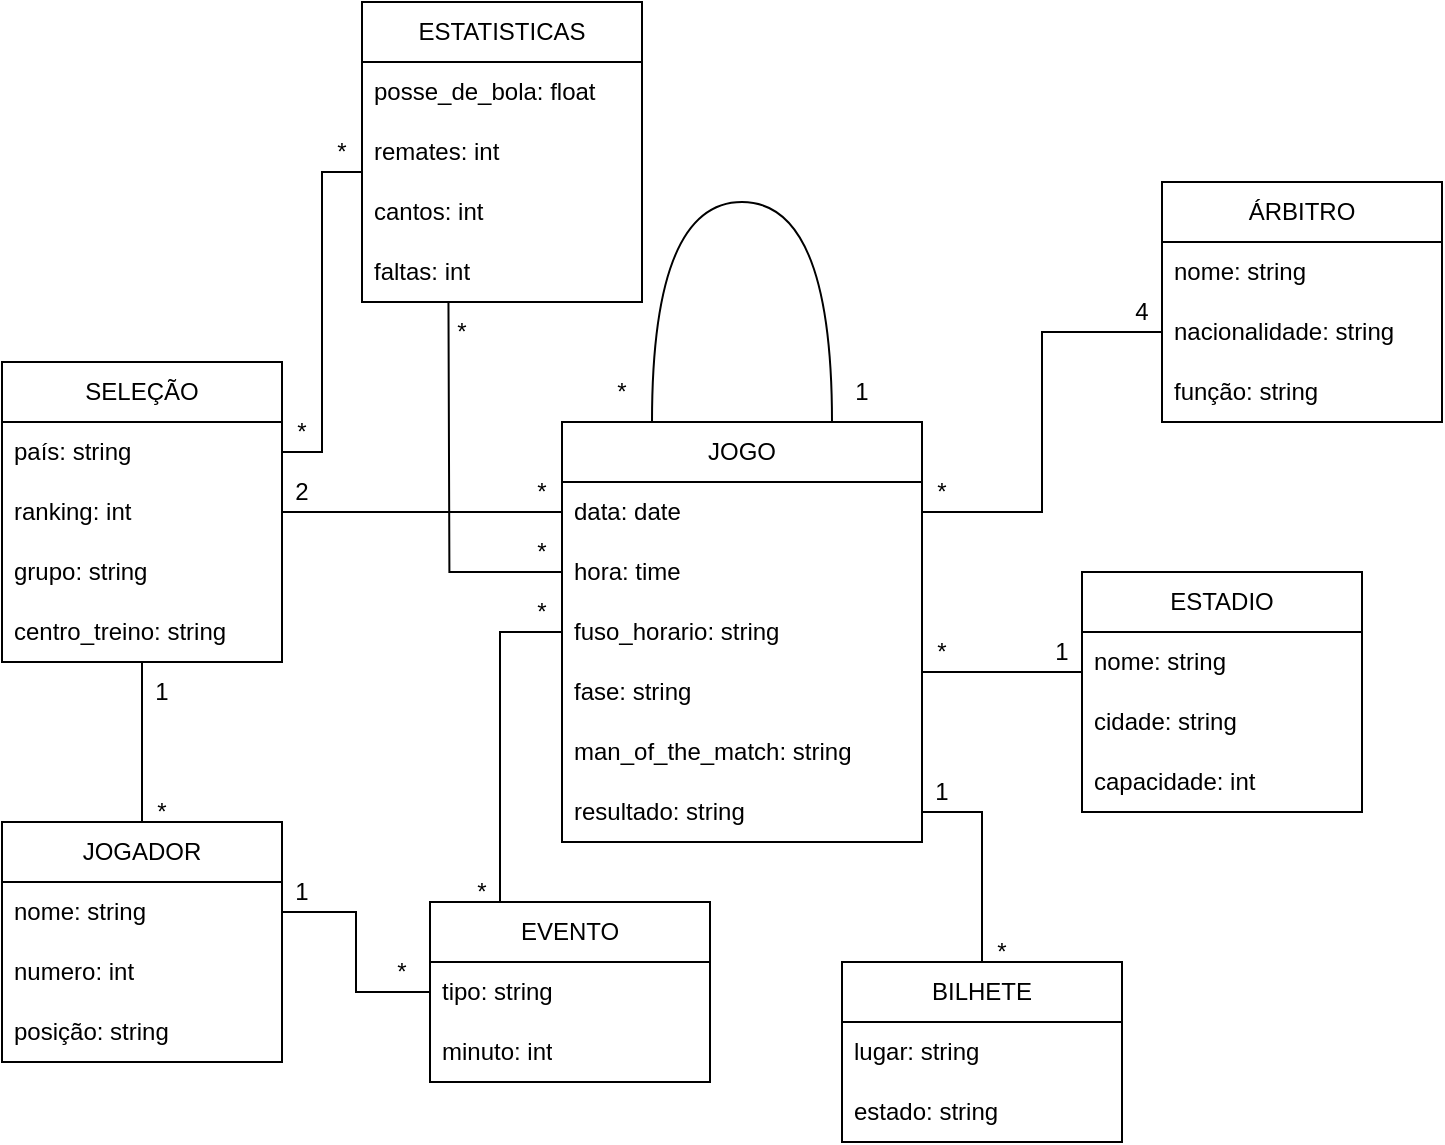
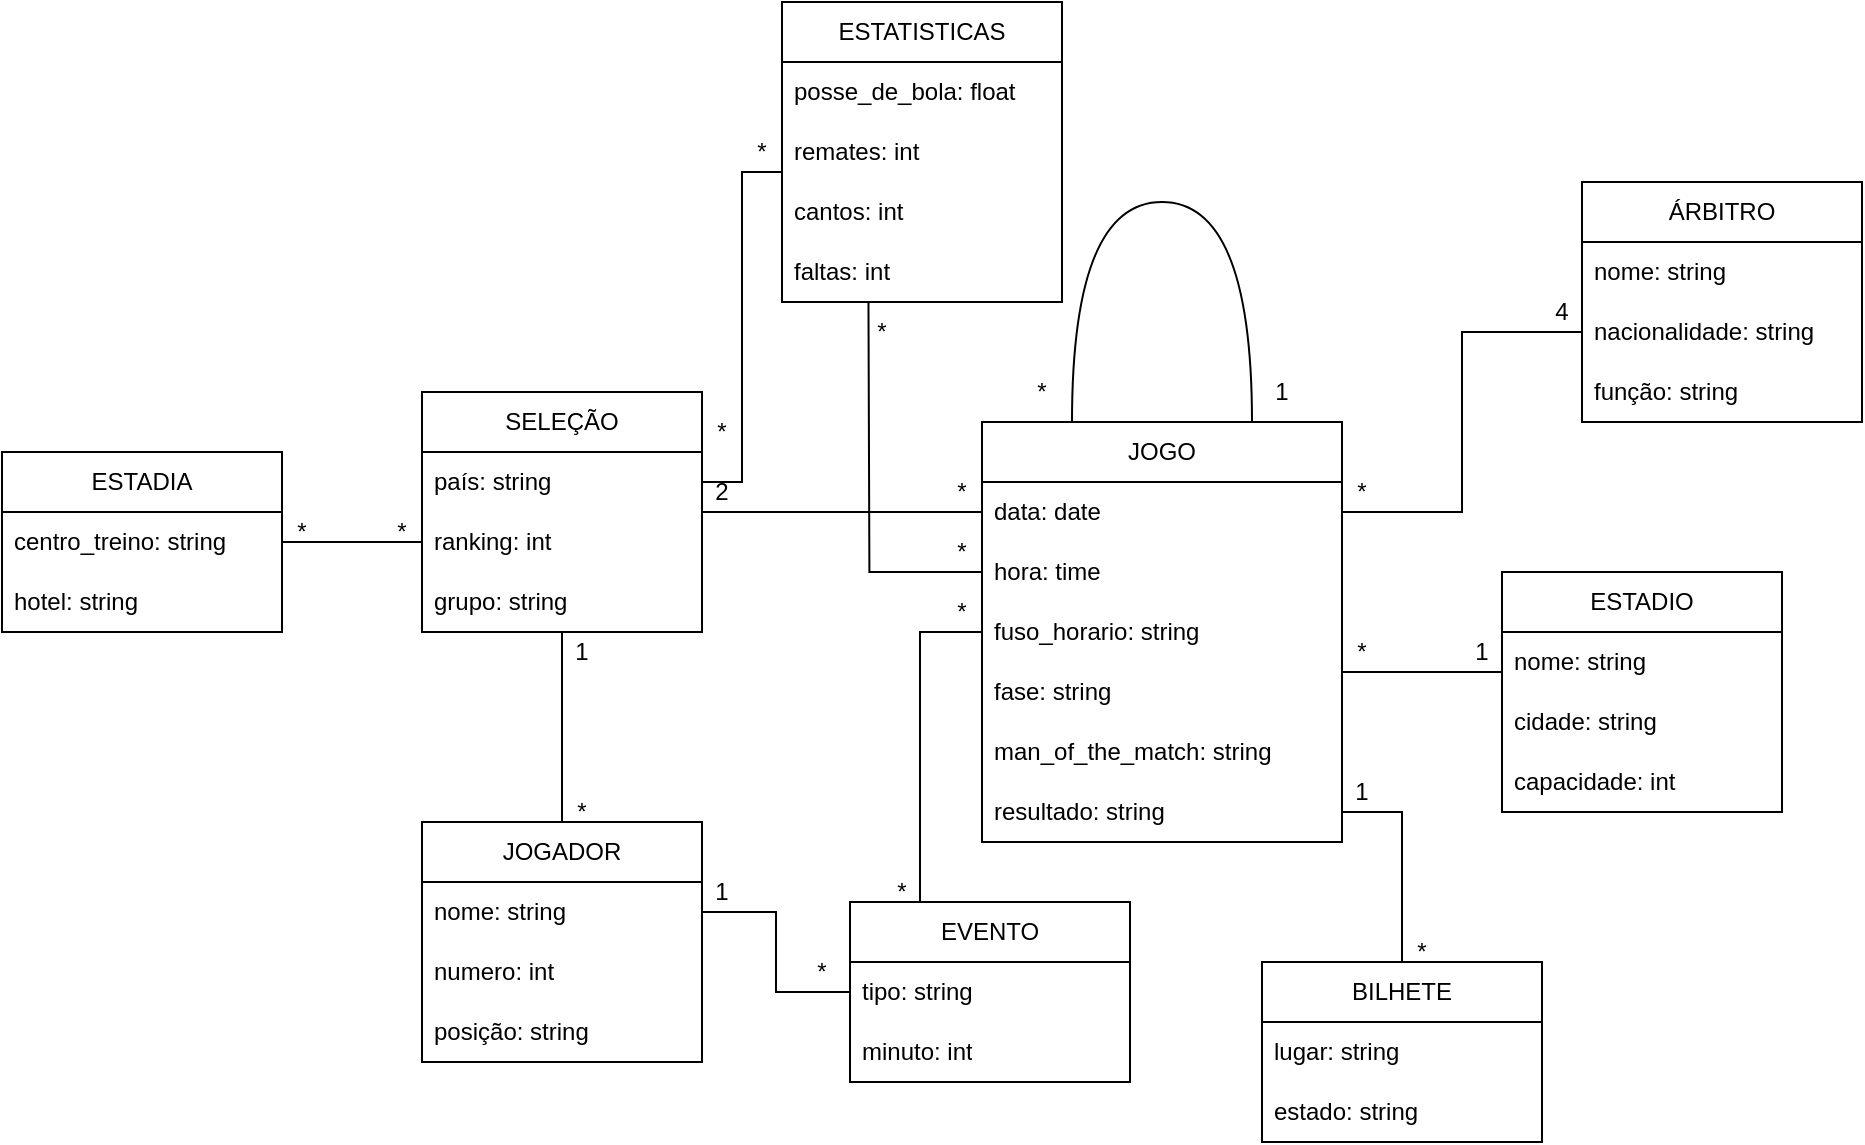
<mxfile host="app.diagrams.net">
  <diagram name="Página-1" id="ozBQotj8Y_7p-ZT_WO5s">
-     <mxGraphModel dx="988" dy="619" grid="1" gridSize="10" guides="1" tooltips="1" connect="1" arrows="1" fold="1" page="1" pageScale="1" pageWidth="827" pageHeight="1169" math="0" shadow="0">
+     <mxGraphModel dx="1815" dy="619" grid="1" gridSize="10" guides="1" tooltips="1" connect="1" arrows="1" fold="1" page="1" pageScale="1" pageWidth="827" pageHeight="1169" math="0" shadow="0">
      <root>
        <mxCell id="0" />
        <mxCell id="1" parent="0" />
        <mxCell id="yxhfCBItAHBspipDqdAE-13" edge="1" parent="1" source="yxhfCBItAHBspipDqdAE-5" style="edgeStyle=orthogonalEdgeStyle;rounded=0;orthogonalLoop=1;jettySize=auto;html=1;endArrow=none;endFill=0;exitX=0;exitY=0.5;exitDx=0;exitDy=0;entryX=0.25;entryY=0;entryDx=0;entryDy=0;" target="yxhfCBItAHBspipDqdAE-35" value="">
          <mxGeometry relative="1" as="geometry">
            <mxPoint x="360" y="340" as="sourcePoint" />
            <mxPoint x="300" y="465" as="targetPoint" />
          </mxGeometry>
        </mxCell>
        <mxCell id="yxhfCBItAHBspipDqdAE-57" edge="1" parent="1" source="yxhfCBItAHBspipDqdAE-4" style="rounded=0;orthogonalLoop=1;jettySize=auto;html=1;endArrow=none;endFill=0;entryX=0.489;entryY=1.073;entryDx=0;entryDy=0;entryPerimeter=0;edgeStyle=orthogonalEdgeStyle;exitX=0;exitY=0.5;exitDx=0;exitDy=0;" value="">
          <mxGeometry relative="1" as="geometry">
            <mxPoint x="404.77" y="237.81" as="sourcePoint" />
            <mxPoint x="283.23" y="180.00000000000006" as="targetPoint" />
          </mxGeometry>
        </mxCell>
        <mxCell id="eQFXZ0zZ46FFMu1ENiQI-6" edge="1" parent="1" source="yxhfCBItAHBspipDqdAE-2" style="edgeStyle=orthogonalEdgeStyle;rounded=1;orthogonalLoop=1;jettySize=auto;html=1;exitX=0.75;exitY=0;exitDx=0;exitDy=0;elbow=vertical;curved=1;entryX=0.25;entryY=0;entryDx=0;entryDy=0;endArrow=none;endFill=0;" target="yxhfCBItAHBspipDqdAE-2">
          <mxGeometry relative="1" as="geometry">
            <Array as="points">
              <mxPoint x="475" y="130" />
              <mxPoint x="385" y="130" />
            </Array>
            <mxPoint x="390" y="230" as="targetPoint" />
          </mxGeometry>
        </mxCell>
        <mxCell id="yxhfCBItAHBspipDqdAE-2" parent="1" style="swimlane;fontStyle=0;childLayout=stackLayout;horizontal=1;startSize=30;horizontalStack=0;resizeParent=1;resizeParentMax=0;resizeLast=0;collapsible=1;marginBottom=0;whiteSpace=wrap;html=1;" value="JOGO" vertex="1">
          <mxGeometry height="210" width="180" x="340" y="240" as="geometry">
            <mxRectangle height="30" width="70" x="340" y="260" as="alternateBounds" />
          </mxGeometry>
        </mxCell>
        <mxCell id="yxhfCBItAHBspipDqdAE-3" parent="yxhfCBItAHBspipDqdAE-2" style="text;strokeColor=none;fillColor=none;align=left;verticalAlign=middle;spacingLeft=4;spacingRight=4;overflow=hidden;points=[[0,0.5],[1,0.5]];portConstraint=eastwest;rotatable=0;whiteSpace=wrap;html=1;" value="data: date" vertex="1">
          <mxGeometry height="30" width="180" y="30" as="geometry" />
        </mxCell>
        <mxCell id="yxhfCBItAHBspipDqdAE-4" parent="yxhfCBItAHBspipDqdAE-2" style="text;strokeColor=none;fillColor=none;align=left;verticalAlign=middle;spacingLeft=4;spacingRight=4;overflow=hidden;points=[[0,0.5],[1,0.5]];portConstraint=eastwest;rotatable=0;whiteSpace=wrap;html=1;" value="hora: time" vertex="1">
          <mxGeometry height="30" width="180" y="60" as="geometry" />
        </mxCell>
        <mxCell id="yxhfCBItAHBspipDqdAE-5" parent="yxhfCBItAHBspipDqdAE-2" style="text;strokeColor=none;fillColor=none;align=left;verticalAlign=middle;spacingLeft=4;spacingRight=4;overflow=hidden;points=[[0,0.5],[1,0.5]];portConstraint=eastwest;rotatable=0;whiteSpace=wrap;html=1;" value="fuso_horario: string" vertex="1">
          <mxGeometry height="30" width="180" y="90" as="geometry" />
        </mxCell>
        <mxCell id="yxhfCBItAHBspipDqdAE-7" parent="yxhfCBItAHBspipDqdAE-2" style="text;strokeColor=none;fillColor=none;align=left;verticalAlign=middle;spacingLeft=4;spacingRight=4;overflow=hidden;points=[[0,0.5],[1,0.5]];portConstraint=eastwest;rotatable=0;whiteSpace=wrap;html=1;" value="fase: string" vertex="1">
          <mxGeometry height="30" width="180" y="120" as="geometry" />
        </mxCell>
        <mxCell id="yxhfCBItAHBspipDqdAE-74" parent="yxhfCBItAHBspipDqdAE-2" style="text;strokeColor=none;fillColor=none;align=left;verticalAlign=middle;spacingLeft=4;spacingRight=4;overflow=hidden;points=[[0,0.5],[1,0.5]];portConstraint=eastwest;rotatable=0;whiteSpace=wrap;html=1;" value="man_of_the_match: string" vertex="1">
          <mxGeometry height="30" width="180" y="150" as="geometry" />
        </mxCell>
        <mxCell id="eQFXZ0zZ46FFMu1ENiQI-1" parent="yxhfCBItAHBspipDqdAE-2" style="text;strokeColor=none;fillColor=none;align=left;verticalAlign=middle;spacingLeft=4;spacingRight=4;overflow=hidden;points=[[0,0.5],[1,0.5]];portConstraint=eastwest;rotatable=0;whiteSpace=wrap;html=1;" value="resultado: string" vertex="1">
          <mxGeometry height="30" width="180" y="180" as="geometry" />
        </mxCell>
        <mxCell id="yxhfCBItAHBspipDqdAE-42" edge="1" parent="1" style="rounded=0;orthogonalLoop=1;jettySize=auto;html=1;endArrow=none;endFill=0;entryX=1;entryY=0.5;entryDx=0;entryDy=0;" value="">
          <mxGeometry relative="1" as="geometry">
            <mxPoint x="600" y="365" as="sourcePoint" />
            <mxPoint x="520" y="365" as="targetPoint" />
          </mxGeometry>
        </mxCell>
        <mxCell id="yxhfCBItAHBspipDqdAE-8" parent="1" style="swimlane;fontStyle=0;childLayout=stackLayout;horizontal=1;startSize=30;horizontalStack=0;resizeParent=1;resizeParentMax=0;resizeLast=0;collapsible=1;marginBottom=0;whiteSpace=wrap;html=1;" value="ESTADIO" vertex="1">
          <mxGeometry height="120" width="140" x="600" y="315" as="geometry" />
        </mxCell>
        <mxCell id="yxhfCBItAHBspipDqdAE-9" parent="yxhfCBItAHBspipDqdAE-8" style="text;strokeColor=none;fillColor=none;align=left;verticalAlign=middle;spacingLeft=4;spacingRight=4;overflow=hidden;points=[[0,0.5],[1,0.5]];portConstraint=eastwest;rotatable=0;whiteSpace=wrap;html=1;" value="nome: string" vertex="1">
          <mxGeometry height="30" width="140" y="30" as="geometry" />
        </mxCell>
        <mxCell id="yxhfCBItAHBspipDqdAE-10" parent="yxhfCBItAHBspipDqdAE-8" style="text;strokeColor=none;fillColor=none;align=left;verticalAlign=middle;spacingLeft=4;spacingRight=4;overflow=hidden;points=[[0,0.5],[1,0.5]];portConstraint=eastwest;rotatable=0;whiteSpace=wrap;html=1;" value="cidade: string" vertex="1">
          <mxGeometry height="30" width="140" y="60" as="geometry" />
        </mxCell>
        <mxCell id="yxhfCBItAHBspipDqdAE-11" parent="yxhfCBItAHBspipDqdAE-8" style="text;strokeColor=none;fillColor=none;align=left;verticalAlign=middle;spacingLeft=4;spacingRight=4;overflow=hidden;points=[[0,0.5],[1,0.5]];portConstraint=eastwest;rotatable=0;whiteSpace=wrap;html=1;" value="capacidade: int" vertex="1">
          <mxGeometry height="30" width="140" y="90" as="geometry" />
        </mxCell>
        <mxCell id="yxhfCBItAHBspipDqdAE-15" parent="1" style="text;html=1;whiteSpace=wrap;strokeColor=none;fillColor=none;align=center;verticalAlign=middle;rounded=0;" value="*" vertex="1">
          <mxGeometry height="30" width="60" x="300" y="320" as="geometry" />
        </mxCell>
        <mxCell id="yxhfCBItAHBspipDqdAE-16" parent="1" style="text;html=1;whiteSpace=wrap;strokeColor=none;fillColor=none;align=center;verticalAlign=middle;rounded=0;" value="*" vertex="1">
          <mxGeometry height="30" width="60" x="270" y="460" as="geometry" />
        </mxCell>
        <mxCell id="yxhfCBItAHBspipDqdAE-24" edge="1" parent="1" source="yxhfCBItAHBspipDqdAE-19" style="rounded=0;orthogonalLoop=1;jettySize=auto;html=1;endArrow=none;endFill=0;entryX=0;entryY=0.5;entryDx=0;entryDy=0;" target="yxhfCBItAHBspipDqdAE-3" value="">
          <mxGeometry relative="1" as="geometry">
            <mxPoint x="330" y="275" as="targetPoint" />
          </mxGeometry>
        </mxCell>
        <mxCell id="yxhfCBItAHBspipDqdAE-19" parent="1" style="swimlane;fontStyle=0;childLayout=stackLayout;horizontal=1;startSize=30;horizontalStack=0;resizeParent=1;resizeParentMax=0;resizeLast=0;collapsible=1;marginBottom=0;whiteSpace=wrap;html=1;" value="SELEÇÃO" vertex="1">
-           <mxGeometry height="150" width="140" x="60" y="210" as="geometry" />
+           <mxGeometry height="120" width="140" x="60" y="225" as="geometry" />
        </mxCell>
        <mxCell id="yxhfCBItAHBspipDqdAE-20" parent="yxhfCBItAHBspipDqdAE-19" style="text;strokeColor=none;fillColor=none;align=left;verticalAlign=middle;spacingLeft=4;spacingRight=4;overflow=hidden;points=[[0,0.5],[1,0.5]];portConstraint=eastwest;rotatable=0;whiteSpace=wrap;html=1;" value="país: string" vertex="1">
          <mxGeometry height="30" width="140" y="30" as="geometry" />
        </mxCell>
        <mxCell id="yxhfCBItAHBspipDqdAE-21" parent="yxhfCBItAHBspipDqdAE-19" style="text;strokeColor=none;fillColor=none;align=left;verticalAlign=middle;spacingLeft=4;spacingRight=4;overflow=hidden;points=[[0,0.5],[1,0.5]];portConstraint=eastwest;rotatable=0;whiteSpace=wrap;html=1;" value="ranking: int" vertex="1">
          <mxGeometry height="30" width="140" y="60" as="geometry" />
        </mxCell>
        <mxCell id="yxhfCBItAHBspipDqdAE-22" parent="yxhfCBItAHBspipDqdAE-19" style="text;strokeColor=none;fillColor=none;align=left;verticalAlign=middle;spacingLeft=4;spacingRight=4;overflow=hidden;points=[[0,0.5],[1,0.5]];portConstraint=eastwest;rotatable=0;whiteSpace=wrap;html=1;" value="grupo: string" vertex="1">
          <mxGeometry height="30" width="140" y="90" as="geometry" />
        </mxCell>
-         <mxCell id="yxhfCBItAHBspipDqdAE-23" parent="yxhfCBItAHBspipDqdAE-19" style="text;strokeColor=none;fillColor=none;align=left;verticalAlign=middle;spacingLeft=4;spacingRight=4;overflow=hidden;points=[[0,0.5],[1,0.5]];portConstraint=eastwest;rotatable=0;whiteSpace=wrap;html=1;" value="centro_treino: string" vertex="1">
-           <mxGeometry height="30" width="140" y="120" as="geometry" />
-         </mxCell>
-         <mxCell id="yxhfCBItAHBspipDqdAE-32" edge="1" parent="1" source="yxhfCBItAHBspipDqdAE-27" style="rounded=0;orthogonalLoop=1;jettySize=auto;html=1;endArrow=none;endFill=0;" target="yxhfCBItAHBspipDqdAE-23" value="">
-           <mxGeometry relative="1" as="geometry" />
+         <mxCell id="yxhfCBItAHBspipDqdAE-32" edge="1" parent="1" source="yxhfCBItAHBspipDqdAE-27" style="rounded=0;orthogonalLoop=1;jettySize=auto;html=1;endArrow=none;endFill=0;" target="yxhfCBItAHBspipDqdAE-22" value="">
+           <mxGeometry relative="1" as="geometry">
+             <mxPoint x="130" y="360" as="targetPoint" />
+           </mxGeometry>
        </mxCell>
        <mxCell id="yxhfCBItAHBspipDqdAE-27" parent="1" style="swimlane;fontStyle=0;childLayout=stackLayout;horizontal=1;startSize=30;horizontalStack=0;resizeParent=1;resizeParentMax=0;resizeLast=0;collapsible=1;marginBottom=0;whiteSpace=wrap;html=1;" value="JOGADOR" vertex="1">
          <mxGeometry height="120" width="140" x="60" y="440" as="geometry" />
        </mxCell>
        <mxCell id="yxhfCBItAHBspipDqdAE-28" parent="yxhfCBItAHBspipDqdAE-27" style="text;strokeColor=none;fillColor=none;align=left;verticalAlign=middle;spacingLeft=4;spacingRight=4;overflow=hidden;points=[[0,0.5],[1,0.5]];portConstraint=eastwest;rotatable=0;whiteSpace=wrap;html=1;" value="nome: string" vertex="1">
          <mxGeometry height="30" width="140" y="30" as="geometry" />
        </mxCell>
        <mxCell id="yxhfCBItAHBspipDqdAE-29" parent="yxhfCBItAHBspipDqdAE-27" style="text;strokeColor=none;fillColor=none;align=left;verticalAlign=middle;spacingLeft=4;spacingRight=4;overflow=hidden;points=[[0,0.5],[1,0.5]];portConstraint=eastwest;rotatable=0;whiteSpace=wrap;html=1;" value="numero: int" vertex="1">
          <mxGeometry height="30" width="140" y="60" as="geometry" />
        </mxCell>
        <mxCell id="yxhfCBItAHBspipDqdAE-30" parent="yxhfCBItAHBspipDqdAE-27" style="text;strokeColor=none;fillColor=none;align=left;verticalAlign=middle;spacingLeft=4;spacingRight=4;overflow=hidden;points=[[0,0.5],[1,0.5]];portConstraint=eastwest;rotatable=0;whiteSpace=wrap;html=1;" value="posição: string" vertex="1">
          <mxGeometry height="30" width="140" y="90" as="geometry" />
        </mxCell>
        <mxCell id="yxhfCBItAHBspipDqdAE-33" parent="1" style="text;html=1;whiteSpace=wrap;strokeColor=none;fillColor=none;align=center;verticalAlign=middle;rounded=0;" value="*" vertex="1">
          <mxGeometry height="30" width="60" x="110" y="420" as="geometry" />
        </mxCell>
        <mxCell id="yxhfCBItAHBspipDqdAE-34" parent="1" style="text;html=1;whiteSpace=wrap;strokeColor=none;fillColor=none;align=center;verticalAlign=middle;rounded=0;" value="1" vertex="1">
-           <mxGeometry height="30" width="60" x="110" y="360" as="geometry" />
+           <mxGeometry height="30" width="60" x="110" y="340" as="geometry" />
        </mxCell>
        <mxCell id="yxhfCBItAHBspipDqdAE-35" parent="1" style="swimlane;fontStyle=0;childLayout=stackLayout;horizontal=1;startSize=30;horizontalStack=0;resizeParent=1;resizeParentMax=0;resizeLast=0;collapsible=1;marginBottom=0;whiteSpace=wrap;html=1;" value="EVENTO" vertex="1">
          <mxGeometry height="90" width="140" x="274" y="480" as="geometry" />
        </mxCell>
        <mxCell id="yxhfCBItAHBspipDqdAE-36" parent="yxhfCBItAHBspipDqdAE-35" style="text;strokeColor=none;fillColor=none;align=left;verticalAlign=middle;spacingLeft=4;spacingRight=4;overflow=hidden;points=[[0,0.5],[1,0.5]];portConstraint=eastwest;rotatable=0;whiteSpace=wrap;html=1;" value="tipo: string" vertex="1">
          <mxGeometry height="30" width="140" y="30" as="geometry" />
        </mxCell>
        <mxCell id="yxhfCBItAHBspipDqdAE-61" parent="yxhfCBItAHBspipDqdAE-35" style="text;strokeColor=none;fillColor=none;align=left;verticalAlign=middle;spacingLeft=4;spacingRight=4;overflow=hidden;points=[[0,0.5],[1,0.5]];portConstraint=eastwest;rotatable=0;whiteSpace=wrap;html=1;" value="minuto: int" vertex="1">
          <mxGeometry height="30" width="140" y="60" as="geometry" />
        </mxCell>
        <mxCell id="yxhfCBItAHBspipDqdAE-39" edge="1" parent="1" source="yxhfCBItAHBspipDqdAE-28" style="edgeStyle=orthogonalEdgeStyle;rounded=0;orthogonalLoop=1;jettySize=auto;html=1;endArrow=none;endFill=0;" target="yxhfCBItAHBspipDqdAE-36" value="">
          <mxGeometry relative="1" as="geometry" />
        </mxCell>
        <mxCell id="yxhfCBItAHBspipDqdAE-40" parent="1" style="text;html=1;whiteSpace=wrap;strokeColor=none;fillColor=none;align=center;verticalAlign=middle;rounded=0;" value="1" vertex="1">
          <mxGeometry height="30" width="60" x="180" y="460" as="geometry" />
        </mxCell>
        <mxCell id="yxhfCBItAHBspipDqdAE-41" parent="1" style="text;html=1;whiteSpace=wrap;strokeColor=none;fillColor=none;align=center;verticalAlign=middle;rounded=0;" value="*" vertex="1">
          <mxGeometry height="30" width="60" x="230" y="500" as="geometry" />
        </mxCell>
        <mxCell id="yxhfCBItAHBspipDqdAE-43" parent="1" style="text;html=1;whiteSpace=wrap;strokeColor=none;fillColor=none;align=center;verticalAlign=middle;rounded=0;" value="1" vertex="1">
          <mxGeometry height="30" width="20" x="580" y="340" as="geometry" />
        </mxCell>
        <mxCell id="yxhfCBItAHBspipDqdAE-45" parent="1" style="text;html=1;whiteSpace=wrap;strokeColor=none;fillColor=none;align=center;verticalAlign=middle;rounded=0;" value="*" vertex="1">
          <mxGeometry height="30" width="20" x="520" y="340" as="geometry" />
        </mxCell>
        <mxCell id="yxhfCBItAHBspipDqdAE-50" edge="1" parent="1" source="yxhfCBItAHBspipDqdAE-46" style="rounded=0;orthogonalLoop=1;jettySize=auto;html=1;endArrow=none;endFill=0;edgeStyle=orthogonalEdgeStyle;entryX=1;entryY=0.5;entryDx=0;entryDy=0;" target="eQFXZ0zZ46FFMu1ENiQI-1" value="">
          <mxGeometry relative="1" as="geometry">
            <mxPoint x="530" y="450" as="targetPoint" />
          </mxGeometry>
        </mxCell>
        <mxCell id="yxhfCBItAHBspipDqdAE-46" parent="1" style="swimlane;fontStyle=0;childLayout=stackLayout;horizontal=1;startSize=30;horizontalStack=0;resizeParent=1;resizeParentMax=0;resizeLast=0;collapsible=1;marginBottom=0;whiteSpace=wrap;html=1;" value="BILHETE" vertex="1">
          <mxGeometry height="90" width="140" x="480" y="510" as="geometry" />
        </mxCell>
        <mxCell id="yxhfCBItAHBspipDqdAE-47" parent="yxhfCBItAHBspipDqdAE-46" style="text;strokeColor=none;fillColor=none;align=left;verticalAlign=middle;spacingLeft=4;spacingRight=4;overflow=hidden;points=[[0,0.5],[1,0.5]];portConstraint=eastwest;rotatable=0;whiteSpace=wrap;html=1;" value="lugar: string" vertex="1">
          <mxGeometry height="30" width="140" y="30" as="geometry" />
        </mxCell>
        <mxCell id="yxhfCBItAHBspipDqdAE-48" parent="yxhfCBItAHBspipDqdAE-46" style="text;strokeColor=none;fillColor=none;align=left;verticalAlign=middle;spacingLeft=4;spacingRight=4;overflow=hidden;points=[[0,0.5],[1,0.5]];portConstraint=eastwest;rotatable=0;whiteSpace=wrap;html=1;" value="estado: string" vertex="1">
          <mxGeometry height="30" width="140" y="60" as="geometry" />
        </mxCell>
        <mxCell id="yxhfCBItAHBspipDqdAE-52" parent="1" style="text;html=1;whiteSpace=wrap;strokeColor=none;fillColor=none;align=center;verticalAlign=middle;rounded=0;" value="*" vertex="1">
          <mxGeometry height="30" width="20" x="550" y="490" as="geometry" />
        </mxCell>
        <mxCell id="yxhfCBItAHBspipDqdAE-58" parent="1" style="text;html=1;whiteSpace=wrap;strokeColor=none;fillColor=none;align=center;verticalAlign=middle;rounded=0;" value="*" vertex="1">
          <mxGeometry height="30" width="20" x="280" y="180" as="geometry" />
        </mxCell>
        <mxCell id="yxhfCBItAHBspipDqdAE-59" parent="1" style="text;html=1;whiteSpace=wrap;strokeColor=none;fillColor=none;align=center;verticalAlign=middle;rounded=0;" value="*" vertex="1">
          <mxGeometry height="30" width="20" x="320" y="290" as="geometry" />
        </mxCell>
        <mxCell id="yxhfCBItAHBspipDqdAE-60" parent="1" style="text;html=1;whiteSpace=wrap;strokeColor=none;fillColor=none;align=center;verticalAlign=middle;rounded=0;" value="2" vertex="1">
          <mxGeometry height="30" width="20" x="200" y="260" as="geometry" />
        </mxCell>
        <mxCell id="yxhfCBItAHBspipDqdAE-69" edge="1" parent="1" source="yxhfCBItAHBspipDqdAE-3" style="edgeStyle=orthogonalEdgeStyle;rounded=0;orthogonalLoop=1;jettySize=auto;html=1;entryX=0;entryY=0.5;entryDx=0;entryDy=0;startArrow=none;startFill=0;endArrow=none;endFill=0;" target="yxhfCBItAHBspipDqdAE-78" value="">
          <mxGeometry relative="1" as="geometry">
            <mxPoint x="630" y="185" as="targetPoint" />
          </mxGeometry>
        </mxCell>
        <mxCell id="yxhfCBItAHBspipDqdAE-71" parent="1" style="text;html=1;whiteSpace=wrap;strokeColor=none;fillColor=none;align=center;verticalAlign=middle;rounded=0;" value="4" vertex="1">
          <mxGeometry height="30" width="20" x="620" y="170" as="geometry" />
        </mxCell>
        <mxCell id="yxhfCBItAHBspipDqdAE-72" parent="1" style="text;html=1;whiteSpace=wrap;strokeColor=none;fillColor=none;align=center;verticalAlign=middle;rounded=0;" value="*" vertex="1">
          <mxGeometry height="30" width="20" x="520" y="260" as="geometry" />
        </mxCell>
        <mxCell id="yxhfCBItAHBspipDqdAE-73" parent="1" style="text;html=1;whiteSpace=wrap;strokeColor=none;fillColor=none;align=center;verticalAlign=middle;rounded=0;" value="*" vertex="1">
          <mxGeometry height="30" width="20" x="320" y="260" as="geometry" />
        </mxCell>
        <mxCell id="yxhfCBItAHBspipDqdAE-75" parent="1" style="text;html=1;whiteSpace=wrap;strokeColor=none;fillColor=none;align=center;verticalAlign=middle;rounded=0;" value="1" vertex="1">
          <mxGeometry height="30" width="20" x="520" y="410" as="geometry" />
        </mxCell>
        <mxCell id="yxhfCBItAHBspipDqdAE-76" parent="1" style="swimlane;fontStyle=0;childLayout=stackLayout;horizontal=1;startSize=30;horizontalStack=0;resizeParent=1;resizeParentMax=0;resizeLast=0;collapsible=1;marginBottom=0;whiteSpace=wrap;html=1;" value="ÁRBITRO" vertex="1">
          <mxGeometry height="120" width="140" x="640" y="120" as="geometry" />
        </mxCell>
        <mxCell id="yxhfCBItAHBspipDqdAE-77" parent="yxhfCBItAHBspipDqdAE-76" style="text;strokeColor=none;fillColor=none;align=left;verticalAlign=middle;spacingLeft=4;spacingRight=4;overflow=hidden;points=[[0,0.5],[1,0.5]];portConstraint=eastwest;rotatable=0;whiteSpace=wrap;html=1;" value="nome: string" vertex="1">
          <mxGeometry height="30" width="140" y="30" as="geometry" />
        </mxCell>
        <mxCell id="yxhfCBItAHBspipDqdAE-78" parent="yxhfCBItAHBspipDqdAE-76" style="text;strokeColor=none;fillColor=none;align=left;verticalAlign=middle;spacingLeft=4;spacingRight=4;overflow=hidden;points=[[0,0.5],[1,0.5]];portConstraint=eastwest;rotatable=0;whiteSpace=wrap;html=1;" value="nacionalidade: string" vertex="1">
          <mxGeometry height="30" width="140" y="60" as="geometry" />
        </mxCell>
        <mxCell id="yxhfCBItAHBspipDqdAE-79" parent="yxhfCBItAHBspipDqdAE-76" style="text;strokeColor=none;fillColor=none;align=left;verticalAlign=middle;spacingLeft=4;spacingRight=4;overflow=hidden;points=[[0,0.5],[1,0.5]];portConstraint=eastwest;rotatable=0;whiteSpace=wrap;html=1;" value="função: string" vertex="1">
          <mxGeometry height="30" width="140" y="90" as="geometry" />
        </mxCell>
        <mxCell id="yxhfCBItAHBspipDqdAE-80" parent="1" style="swimlane;fontStyle=0;childLayout=stackLayout;horizontal=1;startSize=30;horizontalStack=0;resizeParent=1;resizeParentMax=0;resizeLast=0;collapsible=1;marginBottom=0;whiteSpace=wrap;html=1;" value="ESTATISTICAS" vertex="1">
          <mxGeometry height="150" width="140" x="240" y="30" as="geometry" />
        </mxCell>
        <mxCell id="yxhfCBItAHBspipDqdAE-81" parent="yxhfCBItAHBspipDqdAE-80" style="text;strokeColor=none;fillColor=none;align=left;verticalAlign=middle;spacingLeft=4;spacingRight=4;overflow=hidden;points=[[0,0.5],[1,0.5]];portConstraint=eastwest;rotatable=0;whiteSpace=wrap;html=1;" value="posse_de_bola: float" vertex="1">
          <mxGeometry height="30" width="140" y="30" as="geometry" />
        </mxCell>
        <mxCell id="yxhfCBItAHBspipDqdAE-82" parent="yxhfCBItAHBspipDqdAE-80" style="text;strokeColor=none;fillColor=none;align=left;verticalAlign=middle;spacingLeft=4;spacingRight=4;overflow=hidden;points=[[0,0.5],[1,0.5]];portConstraint=eastwest;rotatable=0;whiteSpace=wrap;html=1;" value="remates: int" vertex="1">
          <mxGeometry height="30" width="140" y="60" as="geometry" />
        </mxCell>
        <mxCell id="yxhfCBItAHBspipDqdAE-83" parent="yxhfCBItAHBspipDqdAE-80" style="text;strokeColor=none;fillColor=none;align=left;verticalAlign=middle;spacingLeft=4;spacingRight=4;overflow=hidden;points=[[0,0.5],[1,0.5]];portConstraint=eastwest;rotatable=0;whiteSpace=wrap;html=1;" value="cantos: int" vertex="1">
          <mxGeometry height="30" width="140" y="90" as="geometry" />
        </mxCell>
        <mxCell id="yxhfCBItAHBspipDqdAE-84" parent="yxhfCBItAHBspipDqdAE-80" style="text;strokeColor=none;fillColor=none;align=left;verticalAlign=middle;spacingLeft=4;spacingRight=4;overflow=hidden;points=[[0,0.5],[1,0.5]];portConstraint=eastwest;rotatable=0;whiteSpace=wrap;html=1;" value="faltas: int" vertex="1">
          <mxGeometry height="30" width="140" y="120" as="geometry" />
        </mxCell>
        <mxCell id="yxhfCBItAHBspipDqdAE-85" edge="1" parent="1" source="yxhfCBItAHBspipDqdAE-20" style="edgeStyle=orthogonalEdgeStyle;rounded=0;orthogonalLoop=1;jettySize=auto;html=1;entryX=-0.003;entryY=0.833;entryDx=0;entryDy=0;entryPerimeter=0;startArrow=none;startFill=0;endArrow=none;endFill=0;" target="yxhfCBItAHBspipDqdAE-82">
          <mxGeometry relative="1" as="geometry" />
        </mxCell>
        <mxCell id="yxhfCBItAHBspipDqdAE-86" parent="1" style="text;html=1;whiteSpace=wrap;strokeColor=none;fillColor=none;align=center;verticalAlign=middle;rounded=0;" value="*" vertex="1">
          <mxGeometry height="30" width="20" x="200" y="230" as="geometry" />
        </mxCell>
        <mxCell id="yxhfCBItAHBspipDqdAE-87" parent="1" style="text;html=1;whiteSpace=wrap;strokeColor=none;fillColor=none;align=center;verticalAlign=middle;rounded=0;" value="*" vertex="1">
          <mxGeometry height="30" width="20" x="220" y="90" as="geometry" />
        </mxCell>
        <mxCell id="eQFXZ0zZ46FFMu1ENiQI-7" parent="1" style="text;html=1;whiteSpace=wrap;strokeColor=none;fillColor=none;align=center;verticalAlign=middle;rounded=0;" value="1" vertex="1">
          <mxGeometry height="30" width="20" x="480" y="210" as="geometry" />
        </mxCell>
        <mxCell id="eQFXZ0zZ46FFMu1ENiQI-8" parent="1" style="text;html=1;whiteSpace=wrap;strokeColor=none;fillColor=none;align=center;verticalAlign=middle;rounded=0;" value="*" vertex="1">
          <mxGeometry height="30" width="20" x="360" y="210" as="geometry" />
+         </mxCell>
+         <mxCell id="vYeoZRdLl1mEFEL6Puek-1" parent="1" style="swimlane;fontStyle=0;childLayout=stackLayout;horizontal=1;startSize=30;horizontalStack=0;resizeParent=1;resizeParentMax=0;resizeLast=0;collapsible=1;marginBottom=0;whiteSpace=wrap;html=1;" value="ESTADIA" vertex="1">
+           <mxGeometry height="90" width="140" x="-150" y="255" as="geometry" />
+         </mxCell>
+         <mxCell id="vYeoZRdLl1mEFEL6Puek-2" parent="vYeoZRdLl1mEFEL6Puek-1" style="text;strokeColor=none;fillColor=none;align=left;verticalAlign=middle;spacingLeft=4;spacingRight=4;overflow=hidden;points=[[0,0.5],[1,0.5]];portConstraint=eastwest;rotatable=0;whiteSpace=wrap;html=1;" value="centro_treino: string" vertex="1">
+           <mxGeometry height="30" width="140" y="30" as="geometry" />
+         </mxCell>
+         <mxCell id="vYeoZRdLl1mEFEL6Puek-3" parent="vYeoZRdLl1mEFEL6Puek-1" style="text;strokeColor=none;fillColor=none;align=left;verticalAlign=middle;spacingLeft=4;spacingRight=4;overflow=hidden;points=[[0,0.5],[1,0.5]];portConstraint=eastwest;rotatable=0;whiteSpace=wrap;html=1;" value="hotel: string" vertex="1">
+           <mxGeometry height="30" width="140" y="60" as="geometry" />
+         </mxCell>
+         <mxCell id="vYeoZRdLl1mEFEL6Puek-5" edge="1" parent="1" source="vYeoZRdLl1mEFEL6Puek-2" style="rounded=0;orthogonalLoop=1;jettySize=auto;html=1;endArrow=none;endFill=0;" target="yxhfCBItAHBspipDqdAE-21" value="">
+           <mxGeometry relative="1" as="geometry" />
+         </mxCell>
+         <mxCell id="vYeoZRdLl1mEFEL6Puek-7" parent="1" style="text;html=1;whiteSpace=wrap;strokeColor=none;fillColor=none;align=center;verticalAlign=middle;rounded=0;" value="*" vertex="1">
+           <mxGeometry height="30" width="20" x="-10" y="280" as="geometry" />
+         </mxCell>
+         <mxCell id="vYeoZRdLl1mEFEL6Puek-8" parent="1" style="text;html=1;whiteSpace=wrap;strokeColor=none;fillColor=none;align=center;verticalAlign=middle;rounded=0;" value="*" vertex="1">
+           <mxGeometry height="30" width="20" x="40" y="280" as="geometry" />
        </mxCell>
      </root>
    </mxGraphModel>
  </diagram>
</mxfile>
